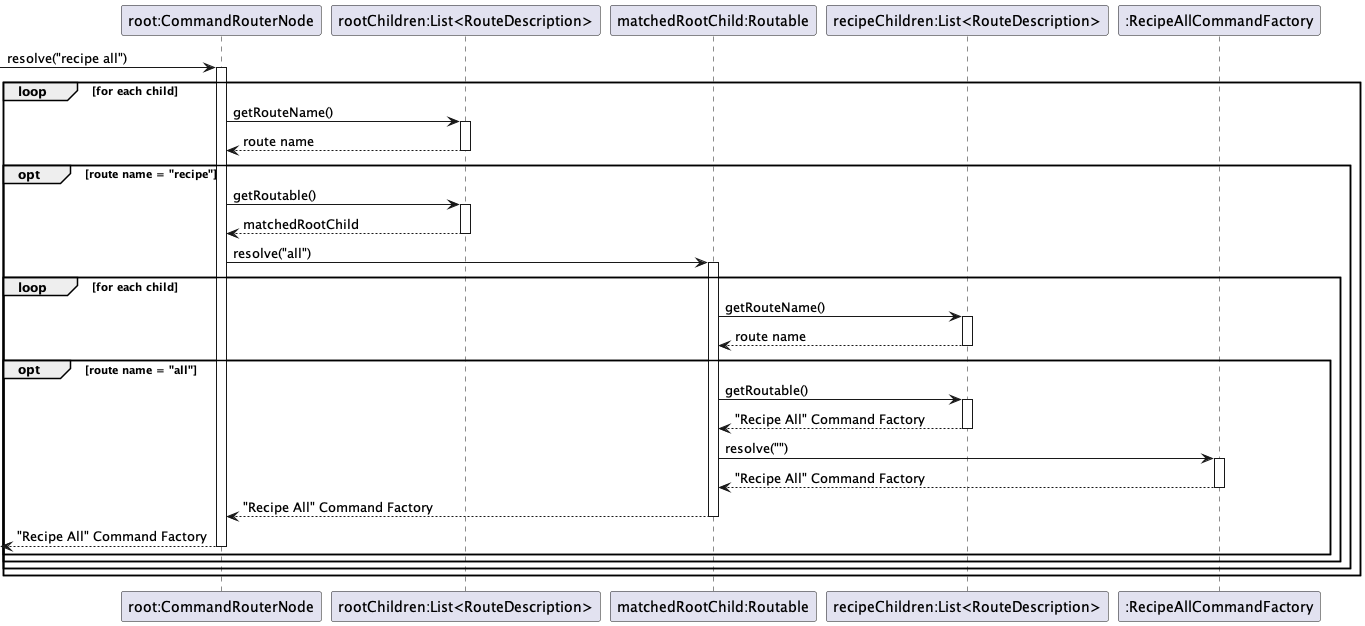
This is docs/images/RouterSequenceUML.png from nus-cs2113-AY2223S2/tp, a PlantUML export, as it was before one commit. The source it was exported from:
```plantuml
@startuml
!include Style.puml
participant "root:CommandRouterNode" as root
participant "rootChildren:List<RouteDescription>" as lvl1
participant "matchedRootChild:Routable" as lvl1match
participant "recipeChildren:List<RouteDescription>" as lvl2
participant ":RecipeAllCommandFactory" as lvl2match

-> root: resolve("recipe all")
activate root
loop for each child
root -> lvl1: getRouteName()
activate lvl1
lvl1 --> root: route name
deactivate lvl1
opt route name = "recipe"
root -> lvl1: getRoutable()
activate lvl1
lvl1 --> root: matchedRootChild
deactivate lvl1
root->lvl1match: resolve("all")
activate lvl1match
loop for each child
lvl1match -> lvl2: getRouteName()
activate lvl2
lvl2 --> lvl1match: route name
deactivate lvl2
opt route name = "all"
lvl1match -> lvl2: getRoutable()
activate lvl2
lvl2 --> lvl1match: "Recipe All" Command Factory
deactivate lvl2
lvl1match -> lvl2match: resolve("")
activate lvl2match
lvl2match --> lvl1match: "Recipe All" Command Factory
deactivate lvl2match
lvl1match --> root: "Recipe All" Command Factory
deactivate lvl1match
<-- root : "Recipe All" Command Factory
deactivate root
end
end
end
end
deactivate root

@enduml
```
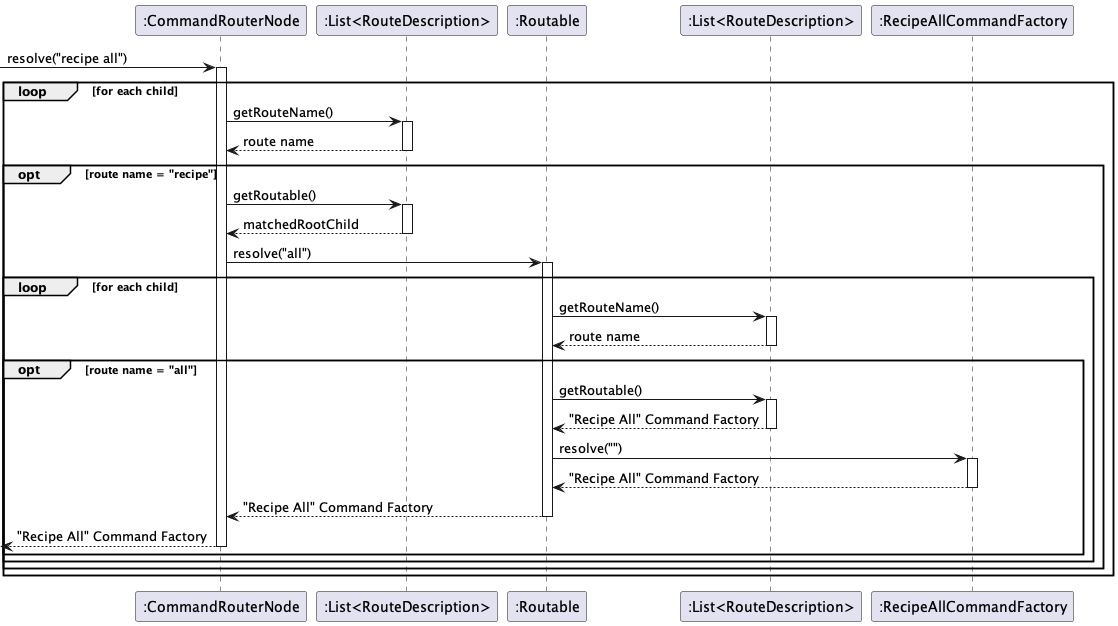
The same diagram one commit later.

What changed in the source:
```diff
@@ -1,9 +1,9 @@
 @startuml
 !include Style.puml
-participant "root:CommandRouterNode" as root
-participant "rootChildren:List<RouteDescription>" as lvl1
-participant "matchedRootChild:Routable" as lvl1match
-participant "recipeChildren:List<RouteDescription>" as lvl2
+participant ":CommandRouterNode" as root
+participant ":List<RouteDescription>" as lvl1
+participant ":Routable" as lvl1match
+participant ":List<RouteDescription>" as lvl2
 participant ":RecipeAllCommandFactory" as lvl2match
 
 -> root: resolve("recipe all")
```
